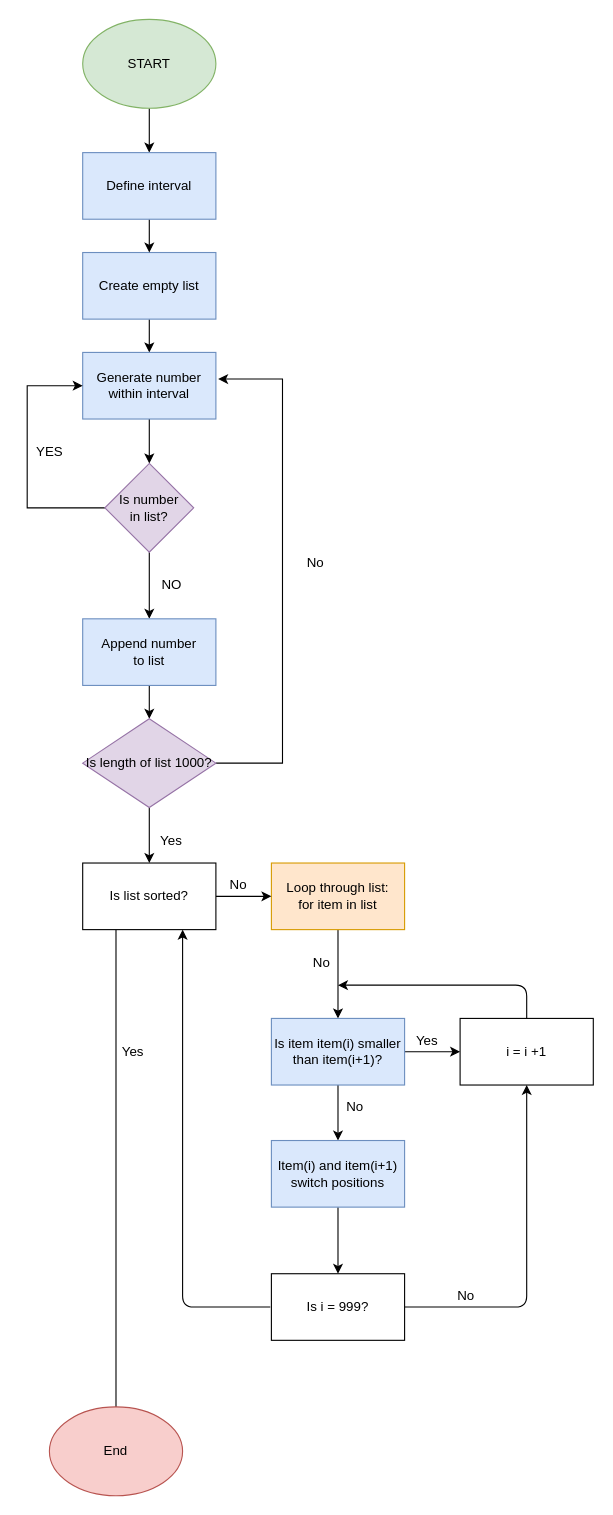
This is sorting.drawio from mortgad/ProgrammingForHumanities, a draw.io file, before an edit. Source tidied: cells renumbered, new cells numbered last; positions are measured from the earlier drawing's top-left corner, leaving out a move shared by most shapes. Both pictures are drawn from the tidied source at 111%, with x=0, y=0 at pixel (27, 19).
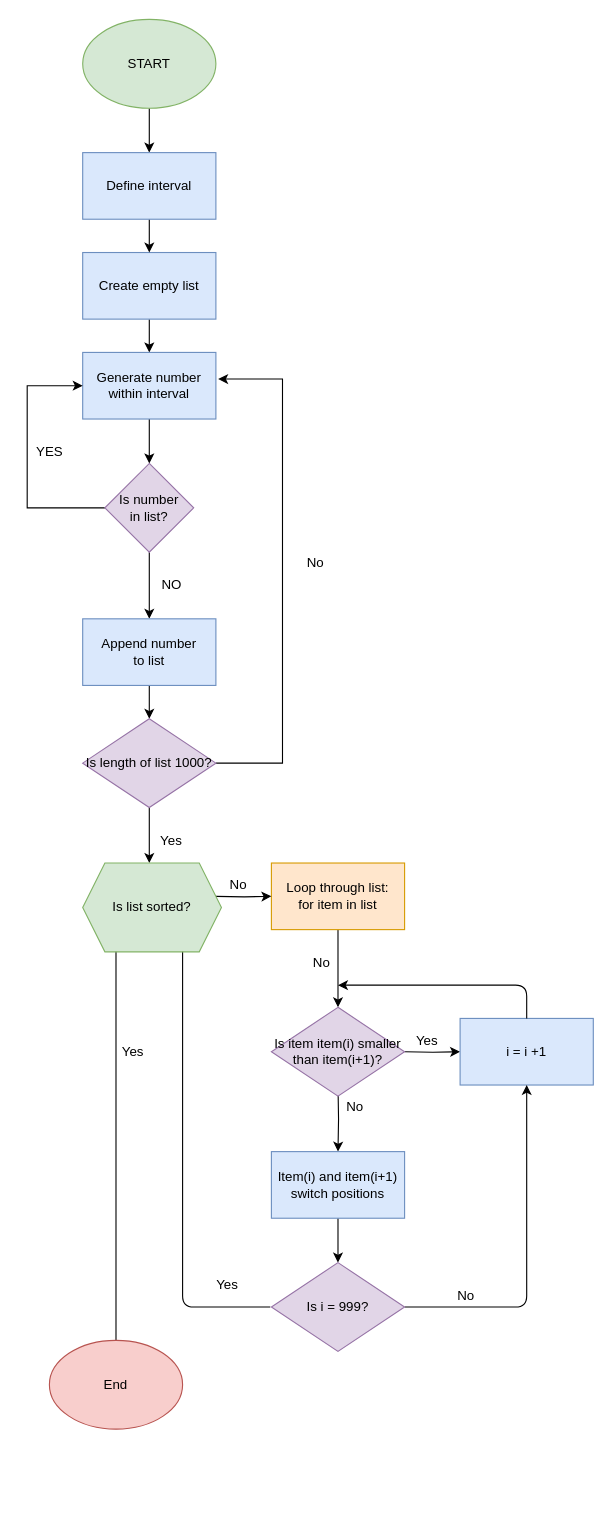
Above is the later version.

Unchanged cells that the change refers to:
```xml
<mxCell id="20" value="Loop through list:&lt;br&gt;for item in list" style="whiteSpace=wrap;html=1;fillColor=#ffe6cc;strokeColor=#d79b00;" parent="1" vertex="1">
  <mxGeometry x="220" y="760" width="120" height="60" as="geometry" />
</mxCell>
<mxCell id="23" value="&lt;span&gt;Is length of list 1000?&lt;/span&gt;" style="rhombus;whiteSpace=wrap;html=1;fillColor=#e1d5e7;strokeColor=#9673a6;" parent="1" vertex="1">
  <mxGeometry x="50" y="630" width="120" height="80" as="geometry" />
</mxCell>
```

The edit, as a diff of the source:
```diff
@@
-    <mxCell id="19" style="edgeStyle=orthogonalEdgeStyle;rounded=0;jettySize=auto;html=1;" parent="1" edge="1" source="20" target="26">
+    <mxCell id="19" style="edgeStyle=orthogonalEdgeStyle;rounded=0;jettySize=auto;html=1;entryX=0.5;entryY=0;entryDx=0;entryDy=0;" parent="1" edge="1" source="20" target="26">
       <mxGeometry relative="1" as="geometry" />
     </mxCell>
@@
-    <mxCell id="22" style="edgeStyle=orthogonalEdgeStyle;rounded=0;jettySize=auto;html=1;" parent="1" edge="1" source="23" target="34">
-      <mxGeometry relative="1" as="geometry" />
+    <mxCell id="22" style="edgeStyle=orthogonalEdgeStyle;rounded=0;jettySize=auto;html=1;" parent="1" edge="1" source="23">
+      <mxGeometry relative="1" as="geometry">
+        <mxPoint x="110" y="760" as="targetPoint" />
+      </mxGeometry>
     </mxCell>
@@
-    <mxCell id="24" style="edgeStyle=orthogonalEdgeStyle;rounded=0;jettySize=auto;html=1;" parent="1" edge="1" source="26" target="28">
-      <mxGeometry relative="1" as="geometry" />
+    <mxCell id="24" style="edgeStyle=orthogonalEdgeStyle;rounded=0;jettySize=auto;html=1;" parent="1" edge="1" target="28">
+      <mxGeometry relative="1" as="geometry">
+        <mxPoint x="280" y="960" as="sourcePoint" />
+      </mxGeometry>
     </mxCell>
-    <mxCell id="25" style="edgeStyle=orthogonalEdgeStyle;rounded=0;jettySize=auto;html=1;" parent="1" edge="1" source="26" target="29">
-      <mxGeometry relative="1" as="geometry" />
+    <mxCell id="25" style="edgeStyle=orthogonalEdgeStyle;rounded=0;jettySize=auto;html=1;" parent="1" edge="1" target="29">
+      <mxGeometry relative="1" as="geometry">
+        <mxPoint x="340" y="930" as="sourcePoint" />
+      </mxGeometry>
     </mxCell>
-    <mxCell id="26" value="Is item item(i) smaller than item(i+1)?" style="whiteSpace=wrap;html=1;fillColor=#dae8fc;strokeColor=#6c8ebf;" parent="1" vertex="1">
-      <mxGeometry x="220" y="900" width="120" height="60" as="geometry" />
-    </mxCell>
-    <mxCell id="27" style="edgeStyle=orthogonalEdgeStyle;rounded=0;jettySize=auto;html=1;" parent="1" edge="1" source="28">
-      <mxGeometry relative="1" as="geometry">
-        <mxPoint x="280" y="1130" as="targetPoint" />
-      </mxGeometry>
+    <mxCell id="27" style="edgeStyle=orthogonalEdgeStyle;rounded=0;jettySize=auto;html=1;entryX=0.5;entryY=0;entryDx=0;entryDy=0;" parent="1" edge="1" source="28" target="41">
+      <mxGeometry relative="1" as="geometry" />
     </mxCell>
     <mxCell id="28" value="Item(i) and item(i+1) switch positions" style="whiteSpace=wrap;html=1;fillColor=#dae8fc;strokeColor=#6c8ebf;" parent="1" vertex="1">
-      <mxGeometry x="220" y="1010" width="120" height="60" as="geometry" />
+      <mxGeometry x="220" y="1020" width="120" height="60" as="geometry" />
     </mxCell>
-    <mxCell id="29" value="i = i +1" style="rounded=0;whiteSpace=wrap;html=1;" parent="1" vertex="1">
+    <mxCell id="29" value="i = i +1" style="rounded=0;whiteSpace=wrap;html=1;fillColor=#dae8fc;strokeColor=#6c8ebf;" parent="1" vertex="1">
       <mxGeometry x="390" y="900" width="120" height="60" as="geometry" />
     </mxCell>
@@
-    <mxCell id="32" style="edgeStyle=orthogonalEdgeStyle;rounded=0;jettySize=auto;html=1;exitX=0.25;exitY=1;exitDx=0;exitDy=0;" parent="1" edge="1" source="34">
+    <mxCell id="32" style="edgeStyle=orthogonalEdgeStyle;rounded=0;orthogonalLoop=1;jettySize=auto;html=1;exitX=0.25;exitY=1;exitDx=0;exitDy=0;" parent="1" edge="1">
       <mxGeometry relative="1" as="geometry">
+        <mxPoint x="80" y="820" as="sourcePoint" />
         <mxPoint x="80" y="1260" as="targetPoint" />
       </mxGeometry>
     </mxCell>
-    <mxCell id="33" style="edgeStyle=orthogonalEdgeStyle;rounded=0;jettySize=auto;html=1;" parent="1" edge="1" source="34" target="20">
-      <mxGeometry relative="1" as="geometry" />
+    <mxCell id="33" style="edgeStyle=orthogonalEdgeStyle;rounded=0;jettySize=auto;html=1;" parent="1" edge="1" target="20">
+      <mxGeometry relative="1" as="geometry">
+        <mxPoint x="170" y="790" as="sourcePoint" />
+      </mxGeometry>
     </mxCell>
-    <mxCell id="34" value="Is list sorted?" style="rounded=0;whiteSpace=wrap;html=1;" parent="1" vertex="1">
-      <mxGeometry x="50" y="760" width="120" height="60" as="geometry" />
-    </mxCell>
@@
-    <mxCell id="41" value="Is i = 999?" style="whiteSpace=wrap;html=1;" parent="1" vertex="1">
-      <mxGeometry x="220" y="1130" width="120" height="60" as="geometry" />
-    </mxCell>
-    <mxCell id="42" style="endArrow=classic;html=1;entryX=0.75;entryY=1;entryDx=0;entryDy=0;" parent="1" edge="1" target="34">
+    <mxCell id="42" style="endArrow=classic;html=1;entryX=0.75;entryY=1;entryDx=0;entryDy=0;" parent="1" edge="1">
       <mxGeometry relative="1" as="geometry">
         <mxPoint x="219" y="1160" as="sourcePoint" />
+        <mxPoint x="140" y="820" as="targetPoint" />
         <Array as="points">
           <mxPoint x="140" y="1160" />
         </Array>
       </mxGeometry>
     </mxCell>
     <mxCell id="43" value="End" style="ellipse;whiteSpace=wrap;html=1;fillColor=#f8cecc;strokeColor=#b85450;" parent="1" vertex="1">
-      <mxGeometry x="20" y="1250" width="120" height="80" as="geometry" />
+      <mxGeometry x="20" y="1190" width="120" height="80" as="geometry" />
     </mxCell>
+    <mxCell id="44" value="Yes" style="text;html=1;align=center;verticalAlign=middle;" parent="1" vertex="1">
+      <mxGeometry x="160" y="1130" width="40" height="20" as="geometry" />
+    </mxCell>
+    <mxCell id="41" value="&lt;span&gt;Is i = 999?&lt;/span&gt;" style="rhombus;whiteSpace=wrap;html=1;fillColor=#e1d5e7;strokeColor=#9673a6;" parent="1" vertex="1">
+      <mxGeometry x="220" y="1120" width="120" height="80" as="geometry" />
+    </mxCell>
+    <mxCell id="26" value="&lt;span&gt;Is item item(i) smaller than item(i+1)?&lt;/span&gt;" style="rhombus;whiteSpace=wrap;html=1;fillColor=#e1d5e7;strokeColor=#9673a6;" parent="1" vertex="1">
+      <mxGeometry x="220" y="890" width="120" height="80" as="geometry" />
+    </mxCell>
+    <mxCell id="34" value="Is list sorted?" style="shape=hexagon;perimeter=hexagonPerimeter2;whiteSpace=wrap;html=1;fixedSize=1;fillColor=#d5e8d4;strokeColor=#82b366;" parent="1" vertex="1">
+      <mxGeometry x="50" y="760" width="125" height="80" as="geometry" />
+    </mxCell>
```
